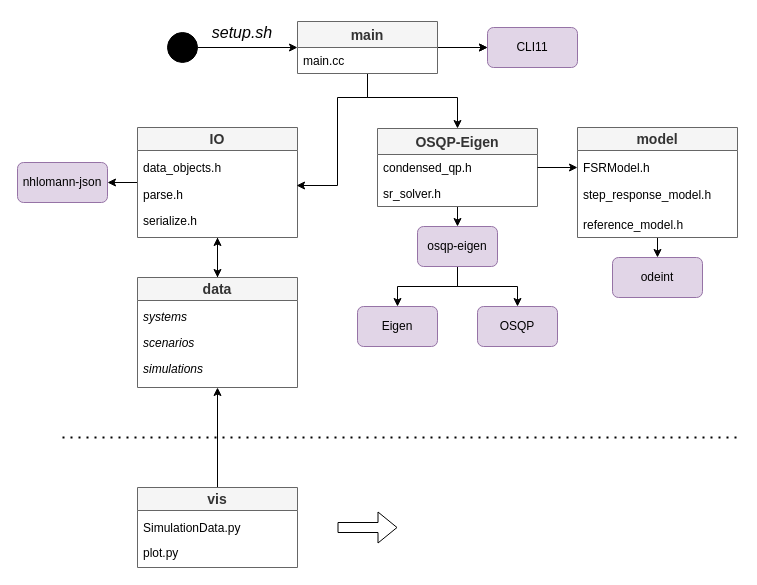
This is fig/module_diagram.drawio from gotvinne/Light-weight-MPC, a draw.io file, before an edit. Source tidied: cells renumbered, new cells numbered last; positions are measured from the earlier drawing's top-left corner, leaving out a move shared by most shapes. Both pictures are drawn from the tidied source at 100%, with x=0, y=0 at pixel (17, 17).
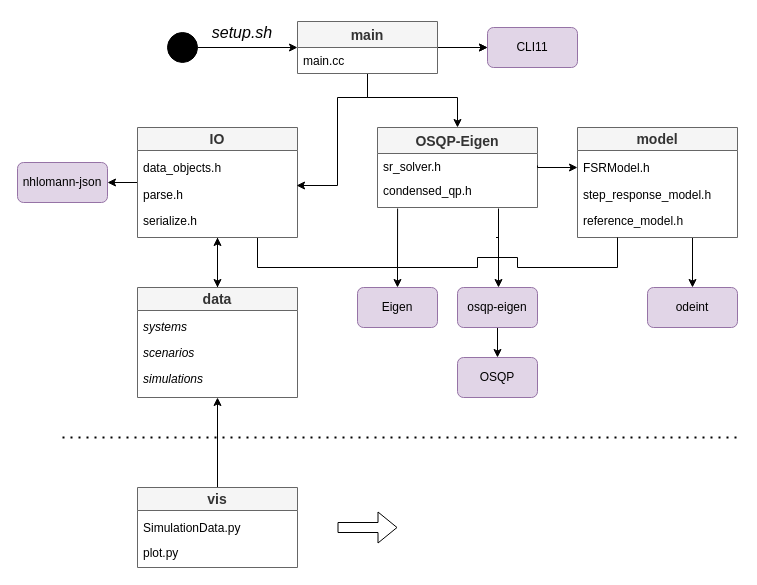
The same diagram, later.

The change refers to these unchanged cells:
```xml
<mxCell id="9" value="&lt;font style=&quot;font-size: 14px;&quot;&gt;IO&lt;/font&gt;" style="swimlane;whiteSpace=wrap;html=1;fillColor=#f5f5f5;fontColor=#333333;strokeColor=#666666;" parent="1" vertex="1">
  <mxGeometry x="120" y="110" width="160" height="110" as="geometry" />
</mxCell>
<mxCell id="11" value="parse.h&#10;" style="text;strokeColor=none;fillColor=none;align=left;verticalAlign=top;spacingLeft=4;spacingRight=4;overflow=hidden;points=[[0,0.5],[1,0.5]];portConstraint=eastwest;fontSize=12;" parent="9" vertex="1">
  <mxGeometry y="54" width="160" height="26" as="geometry" />
</mxCell>
<mxCell id="19" value="&lt;font style=&quot;font-size: 14px;&quot;&gt;model&lt;/font&gt;" style="swimlane;whiteSpace=wrap;html=1;fillColor=#f5f5f5;fontColor=#333333;strokeColor=#666666;" parent="1" vertex="1">
  <mxGeometry x="560" y="110" width="160" height="110" as="geometry" />
</mxCell>
<mxCell id="20" value="FSRModel.h" style="text;strokeColor=none;fillColor=none;align=left;verticalAlign=top;spacingLeft=4;spacingRight=4;overflow=hidden;points=[[0,0.5],[1,0.5]];portConstraint=eastwest;fontSize=12;" parent="19" vertex="1">
  <mxGeometry y="27" width="160" height="26" as="geometry" />
</mxCell>
<mxCell id="39" value="main" style="swimlane;fontStyle=1;horizontal=1;startSize=26;fillColor=#f5f5f5;fontSize=14;fontColor=#333333;strokeColor=#666666;" parent="1" vertex="1">
  <mxGeometry x="280" y="4" width="140" height="52" as="geometry" />
</mxCell>
```

What changed in the source:
```diff
@@
     <mxCell id="3" value="&lt;font style=&quot;font-size: 14px;&quot;&gt;data&lt;/font&gt;" style="swimlane;whiteSpace=wrap;html=1;fillColor=#f5f5f5;fontColor=#333333;strokeColor=#666666;" parent="1" vertex="1">
-      <mxGeometry x="120" y="260" width="160" height="110" as="geometry" />
+      <mxGeometry x="120" y="270" width="160" height="110" as="geometry" />
     </mxCell>
@@
+    <mxCell id="46" style="edgeStyle=orthogonalEdgeStyle;rounded=0;jettySize=auto;html=1;exitX=0.75;exitY=1;exitDx=0;exitDy=0;fontSize=14;" parent="1" edge="1" source="9" target="28">
+      <mxGeometry relative="1" as="geometry">
+        <Array as="points">
+          <mxPoint x="240" y="250" />
+          <mxPoint x="380" y="250" />
+        </Array>
+      </mxGeometry>
+    </mxCell>
@@
-    <mxCell id="17" style="edgeStyle=orthogonalEdgeStyle;rounded=0;jettySize=auto;html=1;exitX=0.5;exitY=1;exitDx=0;exitDy=0;entryX=0.5;entryY=0;entryDx=0;entryDy=0;fontSize=16;" parent="1" edge="1" target="26">
-      <mxGeometry relative="1" as="geometry">
-        <mxPoint x="440" y="189" as="sourcePoint" />
-      </mxGeometry>
-    </mxCell>
-    <mxCell id="18" style="edgeStyle=orthogonalEdgeStyle;rounded=0;jettySize=auto;html=1;exitX=0.5;exitY=1;exitDx=0;exitDy=0;entryX=0.5;entryY=0;entryDx=0;entryDy=0;fontSize=16;" parent="1" edge="1" source="19" target="34">
-      <mxGeometry relative="1" as="geometry" />
+    <mxCell id="18" style="edgeStyle=orthogonalEdgeStyle;rounded=0;jettySize=auto;html=1;exitX=0.75;exitY=1;exitDx=0;exitDy=0;entryX=0.5;entryY=0;entryDx=0;entryDy=0;fontSize=14;endArrow=classic;endFill=1;" parent="1" edge="1" source="19" target="34">
+      <mxGeometry relative="1" as="geometry">
+        <Array as="points">
+          <mxPoint x="675" y="220" />
+        </Array>
+      </mxGeometry>
     </mxCell>
@@
     <mxCell id="22" value="reference_model.h" style="text;strokeColor=none;fillColor=none;align=left;verticalAlign=top;spacingLeft=4;spacingRight=4;overflow=hidden;fontSize=12;" parent="19" vertex="1">
-      <mxGeometry y="84" width="160" height="26" as="geometry" />
+      <mxGeometry y="80" width="160" height="26" as="geometry" />
     </mxCell>
@@
-    <mxCell id="24" style="edgeStyle=orthogonalEdgeStyle;rounded=0;jettySize=auto;html=1;exitX=0.5;exitY=1;exitDx=0;exitDy=0;entryX=0.5;entryY=0;entryDx=0;entryDy=0;fontSize=16;" parent="1" edge="1" source="26" target="28">
-      <mxGeometry relative="1" as="geometry" />
-    </mxCell>
@@
     <mxCell id="26" value="osqp-eigen" style="rounded=1;whiteSpace=wrap;html=1;fillColor=#e1d5e7;strokeColor=#9673a6;" parent="1" vertex="1">
-      <mxGeometry x="400" y="209" width="80" height="40" as="geometry" />
+      <mxGeometry x="440" y="270" width="80" height="40" as="geometry" />
     </mxCell>
     <mxCell id="27" value="OSQP" style="rounded=1;whiteSpace=wrap;html=1;fillColor=#e1d5e7;strokeColor=#9673a6;" parent="1" vertex="1">
-      <mxGeometry x="460" y="289" width="80" height="40" as="geometry" />
+      <mxGeometry x="440" y="340" width="80" height="40" as="geometry" />
     </mxCell>
     <mxCell id="28" value="Eigen" style="rounded=1;whiteSpace=wrap;html=1;fillColor=#e1d5e7;strokeColor=#9673a6;" parent="1" vertex="1">
-      <mxGeometry x="340" y="289" width="80" height="40" as="geometry" />
+      <mxGeometry x="340" y="270" width="80" height="40" as="geometry" />
     </mxCell>
@@
     <mxCell id="34" value="odeint" style="rounded=1;whiteSpace=wrap;html=1;fillColor=#e1d5e7;strokeColor=#9673a6;" parent="1" vertex="1">
-      <mxGeometry x="595" y="240" width="90" height="40" as="geometry" />
+      <mxGeometry x="630" y="270" width="90" height="40" as="geometry" />
     </mxCell>
@@
+    <mxCell id="38" style="edgeStyle=orthogonalEdgeStyle;rounded=0;jettySize=auto;html=1;exitX=0.5;exitY=1;exitDx=0;exitDy=0;entryX=0.994;entryY=0.154;entryDx=0;entryDy=0;entryPerimeter=0;fontSize=12;" parent="1" edge="1" source="39" target="11">
+      <mxGeometry relative="1" as="geometry">
+        <Array as="points">
+          <mxPoint x="350" y="80" />
+          <mxPoint x="320" y="80" />
+          <mxPoint x="320" y="168" />
+        </Array>
+      </mxGeometry>
+    </mxCell>
-    <mxCell id="37" style="edgeStyle=orthogonalEdgeStyle;rounded=0;jettySize=auto;html=1;exitX=0.5;exitY=1;exitDx=0;exitDy=0;entryX=0.5;entryY=0;entryDx=0;entryDy=0;fontSize=12;" parent="1" edge="1" source="39" target="41">
+    <mxCell id="37" style="edgeStyle=orthogonalEdgeStyle;rounded=0;jettySize=auto;html=1;exitX=0.5;exitY=1;exitDx=0;exitDy=0;entryX=0.5;entryY=0;entryDx=0;entryDy=0;fontSize=14;endArrow=classic;endFill=1;" parent="1" edge="1" source="39" target="41">
       <mxGeometry relative="1" as="geometry">
         <Array as="points">
           <mxPoint x="350" y="80" />
           <mxPoint x="440" y="80" />
         </Array>
       </mxGeometry>
     </mxCell>
-    <mxCell id="38" style="edgeStyle=orthogonalEdgeStyle;rounded=0;jettySize=auto;html=1;exitX=0.5;exitY=1;exitDx=0;exitDy=0;entryX=0.994;entryY=0.154;entryDx=0;entryDy=0;entryPerimeter=0;fontSize=12;" parent="1" edge="1" source="39" target="11">
-      <mxGeometry relative="1" as="geometry">
-        <Array as="points">
-          <mxPoint x="350" y="80" />
-          <mxPoint x="320" y="80" />
-          <mxPoint x="320" y="168" />
-        </Array>
-      </mxGeometry>
-    </mxCell>
@@
     <mxCell id="41" value="OSQP-Eigen" style="swimlane;fontStyle=1;horizontal=1;startSize=26;fillColor=#f5f5f5;fontSize=14;fontColor=#333333;strokeColor=#666666;" parent="1" vertex="1">
-      <mxGeometry x="360" y="111" width="160" height="78" as="geometry" />
+      <mxGeometry x="360" y="110" width="160" height="80" as="geometry" />
     </mxCell>
+    <mxCell id="43" value="sr_solver.h" style="text;strokeColor=none;fillColor=none;align=left;verticalAlign=top;spacingLeft=4;spacingRight=4;overflow=hidden;points=[[0,0.5],[1,0.5]];portConstraint=eastwest;fontSize=12;" parent="41" vertex="1">
+      <mxGeometry y="26" width="160" height="24" as="geometry" />
+    </mxCell>
     <mxCell id="42" value="condensed_qp.h" style="text;strokeColor=none;fillColor=none;align=left;verticalAlign=top;spacingLeft=4;spacingRight=4;overflow=hidden;points=[[0,0.5],[1,0.5]];portConstraint=eastwest;fontSize=12;" parent="41" vertex="1">
-      <mxGeometry y="26" width="160" height="26" as="geometry" />
+      <mxGeometry y="50" width="160" height="30" as="geometry" />
     </mxCell>
-    <mxCell id="43" value="sr_solver.h" style="text;strokeColor=none;fillColor=none;align=left;verticalAlign=top;spacingLeft=4;spacingRight=4;overflow=hidden;points=[[0,0.5],[1,0.5]];portConstraint=eastwest;fontSize=12;" parent="41" vertex="1">
-      <mxGeometry y="52" width="160" height="26" as="geometry" />
-    </mxCell>
-    <mxCell id="44" style="edgeStyle=orthogonalEdgeStyle;rounded=0;jettySize=auto;html=1;exitX=1;exitY=0.5;exitDx=0;exitDy=0;entryX=0;entryY=0.5;entryDx=0;entryDy=0;fontSize=12;" parent="1" edge="1" source="42" target="20">
-      <mxGeometry relative="1" as="geometry" />
-    </mxCell>
@@
+    <mxCell id="47" style="endArrow=none;html=1;rounded=0;fontSize=14;" parent="1" edge="1">
+      <mxGeometry relative="1" as="geometry">
+        <mxPoint x="500" y="250" as="sourcePoint" />
+        <mxPoint x="600" y="250" as="targetPoint" />
+      </mxGeometry>
+    </mxCell>
+    <mxCell id="48" style="endArrow=none;html=1;rounded=0;fontSize=14;" parent="1" edge="1">
+      <mxGeometry relative="1" as="geometry">
+        <mxPoint x="460" y="250" as="sourcePoint" />
+        <mxPoint x="380" y="250" as="targetPoint" />
+      </mxGeometry>
+    </mxCell>
+    <mxCell id="49" style="endArrow=none;html=1;rounded=0;fontSize=14;" parent="1" edge="1">
+      <mxGeometry relative="1" as="geometry">
+        <mxPoint x="600" y="250" as="sourcePoint" />
+        <mxPoint x="600" y="220" as="targetPoint" />
+      </mxGeometry>
+    </mxCell>
+    <mxCell id="50" style="group;" parent="1" vertex="1">
+      <mxGeometry x="460" y="220" width="40" height="30" as="geometry" />
+    </mxCell>
+    <mxCell id="51" style="edgeStyle=orthogonalEdgeStyle;rounded=0;orthogonalLoop=1;jettySize=auto;html=1;exitX=0.75;exitY=1;exitDx=0;exitDy=0;entryX=0.5;entryY=0;entryDx=0;entryDy=0;fontSize=14;" parent="50" edge="1">
+      <mxGeometry x="-1" y="318" relative="1" as="geometry">
+        <mxPoint x="18.5" as="sourcePoint" />
+        <mxPoint x="21" y="50" as="targetPoint" />
+        <Array as="points">
+          <mxPoint x="21" />
+        </Array>
+        <mxPoint x="-208" y="78" as="offset" />
+      </mxGeometry>
+    </mxCell>
+    <mxCell id="52" style="endArrow=none;html=1;rounded=0;fontSize=14;" parent="50" edge="1">
+      <mxGeometry relative="1" as="geometry">
+        <mxPoint x="40" y="20" as="sourcePoint" />
+        <mxPoint x="40" y="30" as="targetPoint" />
+      </mxGeometry>
+    </mxCell>
+    <mxCell id="53" style="endArrow=none;html=1;rounded=0;fontSize=14;" parent="50" edge="1">
+      <mxGeometry relative="1" as="geometry">
+        <mxPoint y="20" as="sourcePoint" />
+        <mxPoint x="40" y="20" as="targetPoint" />
+      </mxGeometry>
+    </mxCell>
+    <mxCell id="54" style="endArrow=none;html=1;rounded=0;fontSize=14;" parent="50" edge="1">
+      <mxGeometry relative="1" as="geometry">
+        <mxPoint y="30" as="sourcePoint" />
+        <mxPoint y="20" as="targetPoint" />
+      </mxGeometry>
+    </mxCell>
+    <mxCell id="55" style="endArrow=none;html=1;rounded=0;fontSize=14;entryX=0.113;entryY=1.033;entryDx=0;entryDy=0;entryPerimeter=0;" parent="1" edge="1">
+      <mxGeometry relative="1" as="geometry">
+        <mxPoint x="380" y="250" as="sourcePoint" />
+        <mxPoint x="380.1" y="191" as="targetPoint" />
+      </mxGeometry>
+    </mxCell>
+    <mxCell id="56" style="endArrow=none;html=1;rounded=0;fontSize=14;entryX=0.744;entryY=1.033;entryDx=0;entryDy=0;entryPerimeter=0;" parent="1" edge="1">
+      <mxGeometry relative="1" as="geometry">
+        <mxPoint x="481" y="240" as="sourcePoint" />
+        <mxPoint x="481" y="191" as="targetPoint" />
+      </mxGeometry>
+    </mxCell>
+    <mxCell id="57" style="edgeStyle=orthogonalEdgeStyle;rounded=0;jettySize=auto;html=1;exitX=1;exitY=0.5;exitDx=0;exitDy=0;entryX=0;entryY=0.5;entryDx=0;entryDy=0;fontSize=14;endArrow=classic;endFill=1;" parent="1" edge="1" source="43" target="20">
+      <mxGeometry relative="1" as="geometry">
+        <Array as="points">
+          <mxPoint x="520" y="150" />
+        </Array>
+      </mxGeometry>
+    </mxCell>
```
